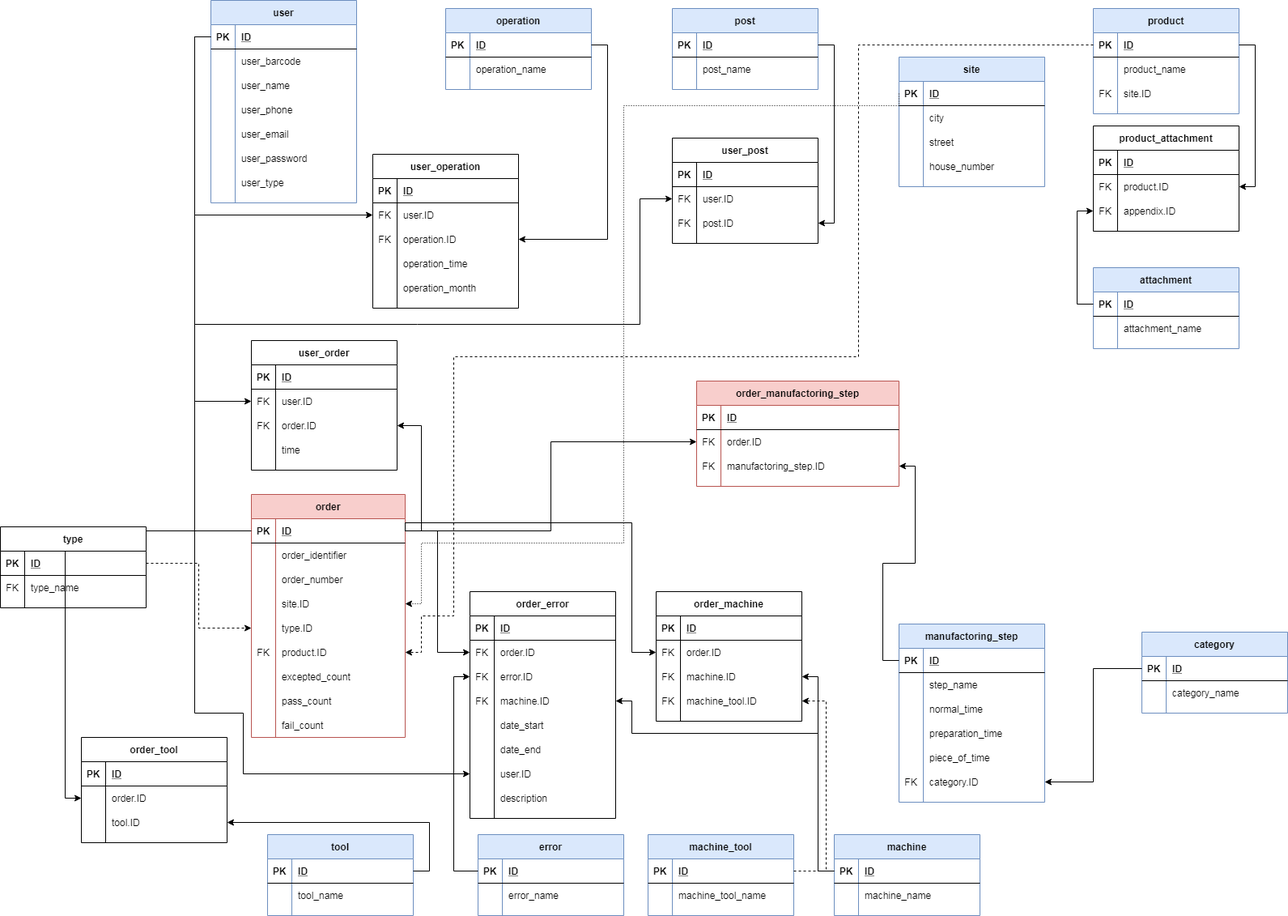
Before: DOC/diagrams/database_plan_2_0_0.png, a diagram exported from draw.io (KerteszZoltan/mesterminal). Source tidied: cells renumbered, new cells last; positions are measured from the earlier drawing's top-left corner, leaving out a move shared by most shapes.
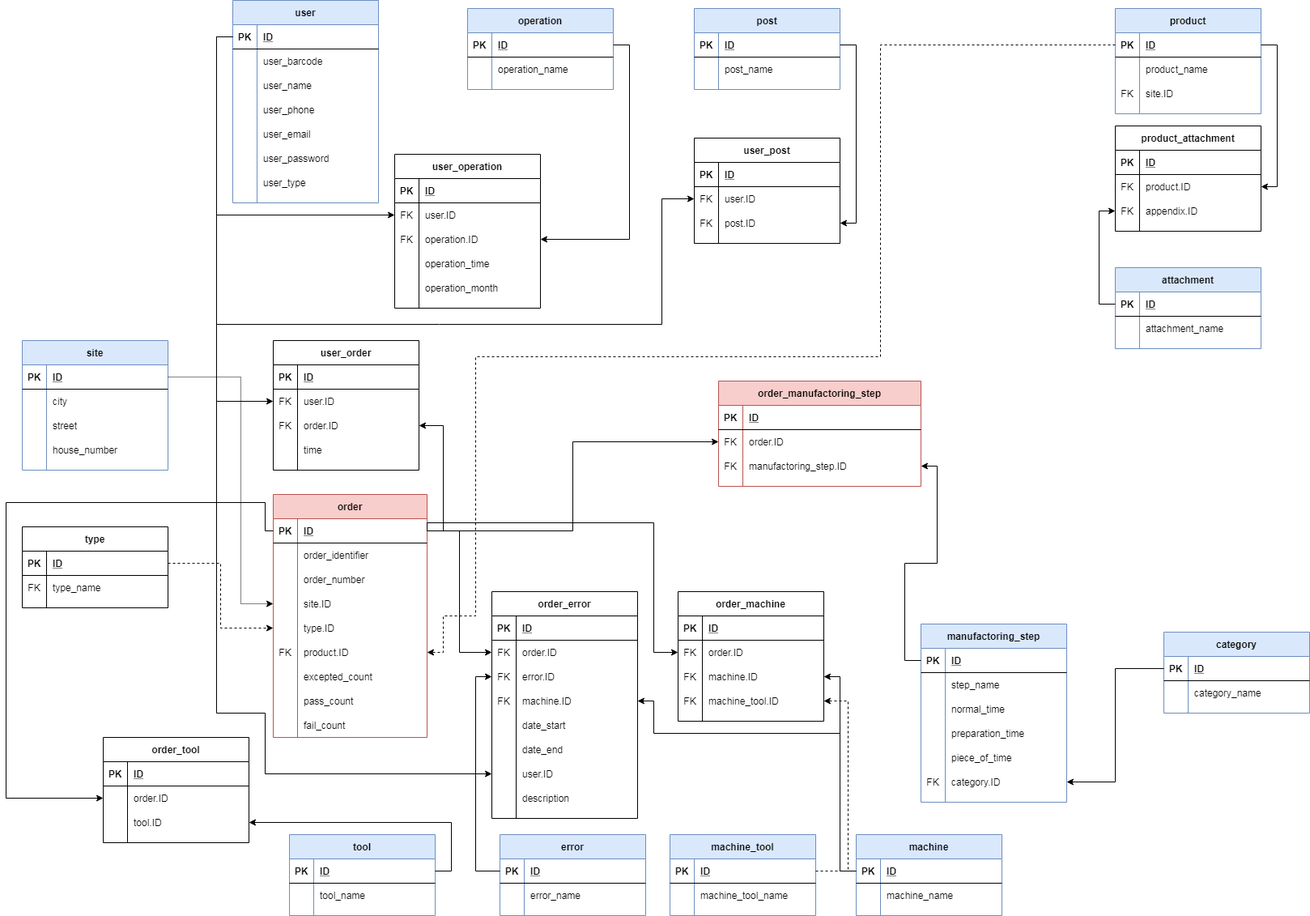
The same file after the commit.

Diff of the diagram source:
```diff
@@ -388,7 +388,14 @@
       <mxGeometry x="30" width="150" height="30" as="geometry" />
     </mxCell>
     <mxCell id="128" style="edgeStyle=orthogonalEdgeStyle;rounded=0;jettySize=auto;html=1;exitX=0;exitY=0.5;exitDx=0;exitDy=0;entryX=0;entryY=0.5;entryDx=0;entryDy=0;" parent="1" edge="1" source="69" target="122">
-      <mxGeometry relative="1" as="geometry" />
+      <mxGeometry relative="1" as="geometry">
+        <Array as="points">
+          <mxPoint x="300" y="655" />
+          <mxPoint x="300" y="620" />
+          <mxPoint x="-20" y="620" />
+          <mxPoint x="-20" y="985" />
+        </Array>
+      </mxGeometry>
     </mxCell>
     <mxCell id="129" style="edgeStyle=orthogonalEdgeStyle;rounded=0;jettySize=auto;html=1;exitX=1;exitY=0.5;exitDx=0;exitDy=0;entryX=1;entryY=0.5;entryDx=0;entryDy=0;" parent="1" edge="1" source="112" target="125">
       <mxGeometry relative="1" as="geometry" />
@@ -588,7 +595,7 @@
       <mxGeometry x="30" width="150" height="30" as="geometry" />
     </mxCell>
     <mxCell id="193" value="site" style="shape=table;startSize=30;rowLines=0;fontStyle=1;align=center;fillColor=#dae8fc;strokeColor=#6c8ebf;" parent="1" vertex="1">
-      <mxGeometry x="1110" y="70" width="180" height="160" as="geometry" />
+      <mxGeometry y="420" width="180" height="160" as="geometry" />
     </mxCell>
     <mxCell id="194" style="shape=partialRectangle;fillColor=none;top=0;left=0;bottom=1;right=0;points=[[0,0.5],[1,0.5]];portConstraint=eastwest;" parent="193" vertex="1">
       <mxGeometry y="30" width="180" height="30" as="geometry" />
@@ -884,26 +891,23 @@
         </Array>
       </mxGeometry>
     </mxCell>
+    <mxCell id="286" style="edgeStyle=orthogonalEdgeStyle;rounded=0;jettySize=auto;html=1;exitX=0;exitY=0.5;exitDx=0;exitDy=0;entryX=0;entryY=0.5;entryDx=0;entryDy=0;" parent="1" edge="1" source="3" target="156">
+      <mxGeometry relative="1" as="geometry">
+        <Array as="points">
+          <mxPoint x="240" y="45" />
+          <mxPoint x="240" y="880" />
+          <mxPoint x="300" y="880" />
+          <mxPoint x="300" y="955" />
+        </Array>
+      </mxGeometry>
+    </mxCell>
-    <mxCell id="285" style="edgeStyle=orthogonalEdgeStyle;rounded=0;jettySize=auto;html=1;exitX=0;exitY=0.5;exitDx=0;exitDy=0;entryX=1;entryY=0.5;entryDx=0;entryDy=0;dashed=1;dashPattern=1 2;" parent="1" edge="1" source="194" target="78">
+    <mxCell id="285" style="edgeStyle=orthogonalEdgeStyle;rounded=0;jettySize=auto;html=1;exitX=1;exitY=0.5;exitDx=0;exitDy=0;entryX=0;entryY=0.5;entryDx=0;entryDy=0;dashed=1;dashPattern=1 1;" parent="1" edge="1" source="194" target="78">
       <mxGeometry relative="1" as="geometry">
         <Array as="points">
-          <mxPoint x="1110" y="130" />
-          <mxPoint x="770" y="130" />
-          <mxPoint x="770" y="670" />
-          <mxPoint x="520" y="670" />
-          <mxPoint x="520" y="745" />
+          <mxPoint x="270" y="465" />
+          <mxPoint x="270" y="745" />
         </Array>
       </mxGeometry>
     </mxCell>
-    <mxCell id="286" style="edgeStyle=orthogonalEdgeStyle;rounded=0;jettySize=auto;html=1;exitX=0;exitY=0.5;exitDx=0;exitDy=0;entryX=0;entryY=0.5;entryDx=0;entryDy=0;" parent="1" edge="1" source="3" target="156">
-      <mxGeometry relative="1" as="geometry">
-        <Array as="points">
-          <mxPoint x="240" y="45" />
-          <mxPoint x="240" y="880" />
-          <mxPoint x="300" y="880" />
-          <mxPoint x="300" y="955" />
-        </Array>
-      </mxGeometry>
-    </mxCell>
   </root>
 </mxGraphModel>
```
